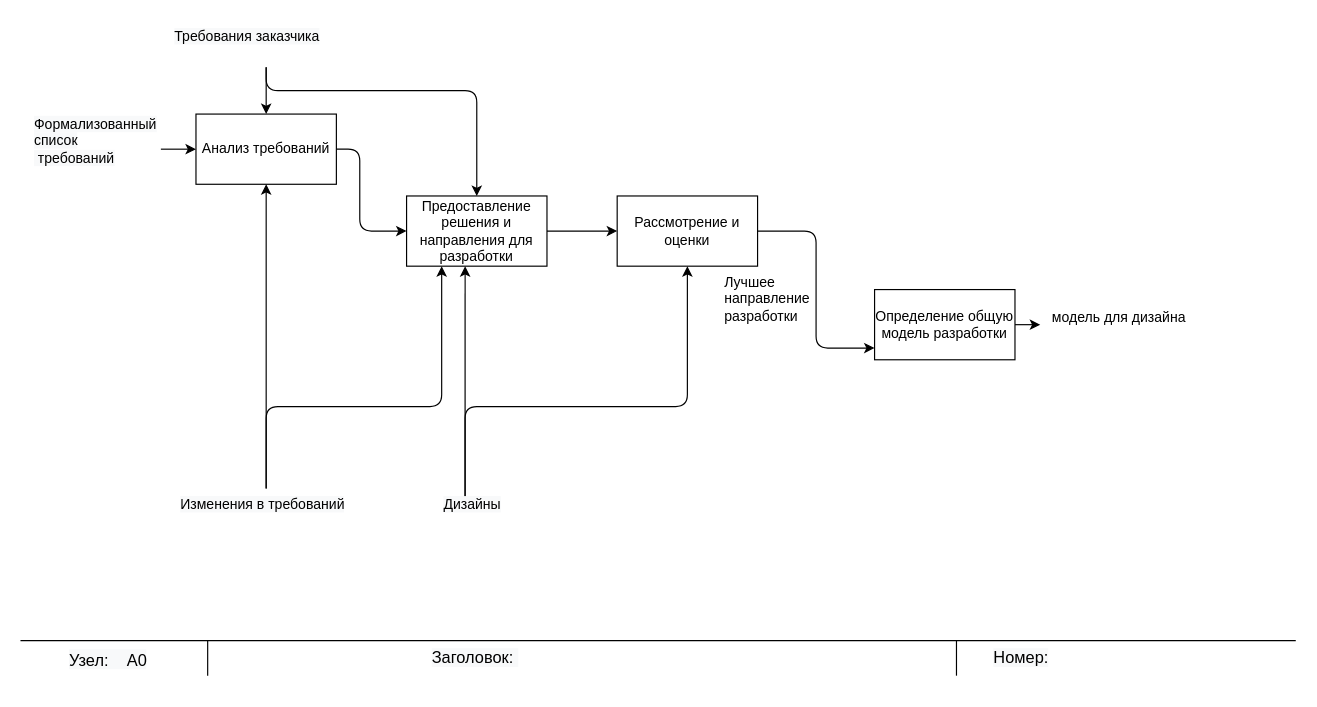
quyettranvu/Lab1_IDEF keeps this draw.io diagram as page "A1" (3 of 8) of Biểu đồ không có tiêu đề.drawio. Above is the earlier version. Source tidied: cells renumbered, new cells numbered last; positions are measured from the earlier drawing's top-left corner, leaving out a move shared by most shapes. Both pictures are drawn from the tidied source at 117%, with x=0, y=0 at pixel (20, 20).
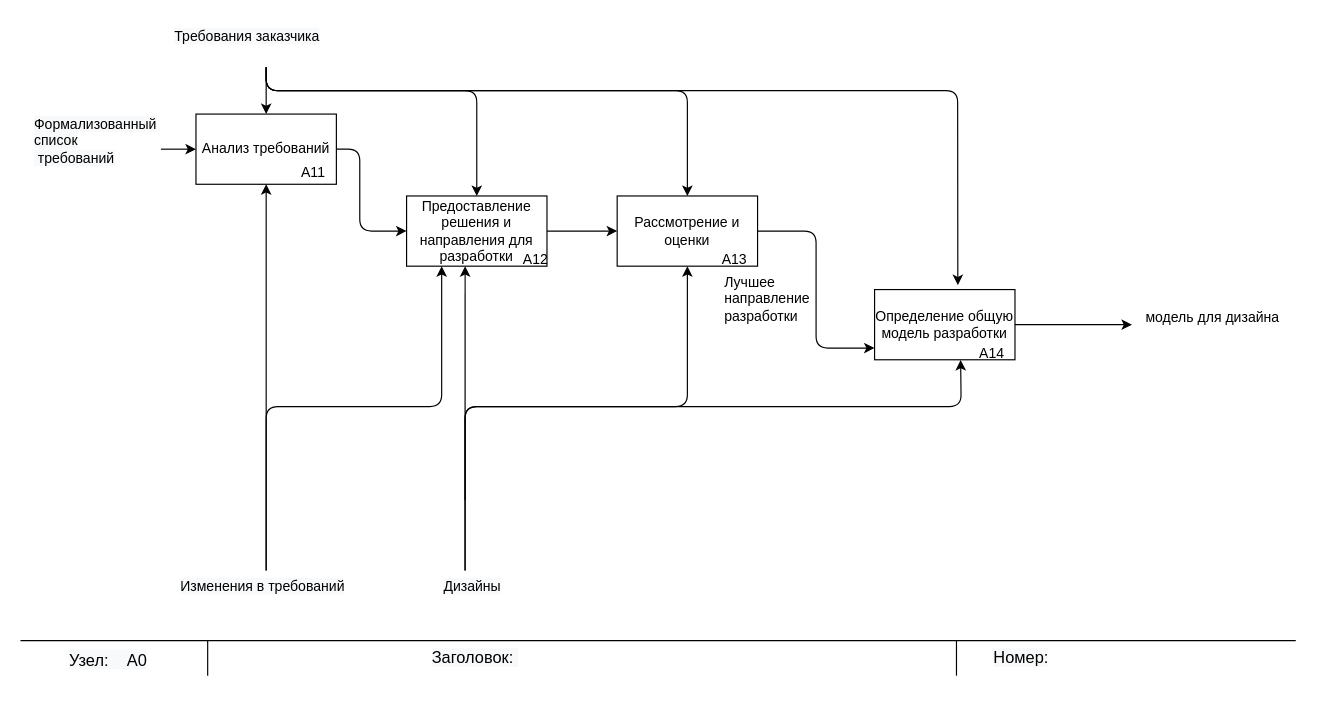
After the change.

Unchanged cells that the change refers to:
```xml
<mxCell id="4" value="Рассмотрение и оценки" style="rounded=0;whiteSpace=wrap;html=1;" parent="1" vertex="1">
  <mxGeometry x="510" y="150" width="120" height="60" as="geometry" />
</mxCell>
<mxCell id="5" value="Определение общую модель разработки" style="rounded=0;whiteSpace=wrap;html=1;" parent="1" vertex="1">
  <mxGeometry x="730" y="230" width="120" height="60" as="geometry" />
</mxCell>
```

What changed in the source:
```diff
@@
     <mxCell id="11" style="endArrow=classic;html=1;rounded=1;exitX=1;exitY=0.5;exitDx=0;exitDy=0;" parent="1" edge="1" source="5">
       <mxGeometry relative="1" as="geometry">
-        <mxPoint x="871.6" y="260" as="targetPoint" />
+        <mxPoint x="950" y="260" as="targetPoint" />
       </mxGeometry>
     </mxCell>
     <mxCell id="12" value="модель для дизайна" style="text;whiteSpace=wrap;html=1;" parent="1" vertex="1">
-      <mxGeometry x="880" y="240" width="150" height="40" as="geometry" />
+      <mxGeometry x="960" y="240" width="130" height="40" as="geometry" />
     </mxCell>
@@
-    <mxCell id="14" style="endArrow=classic;html=1;rounded=1;entryX=0.5;entryY=1;entryDx=0;entryDy=0;" parent="1" edge="1" target="4">
+    <mxCell id="14" style="endArrow=classic;html=1;rounded=1;entryX=0.5;entryY=1;entryDx=0;entryDy=0;exitX=0.25;exitY=0;exitDx=0;exitDy=0;" parent="1" edge="1" source="15" target="4">
       <mxGeometry relative="1" as="geometry">
-        <mxPoint x="380" y="410" as="sourcePoint" />
         <Array as="points">
           <mxPoint x="380" y="330" />
           <mxPoint x="570" y="330" />
         </Array>
       </mxGeometry>
     </mxCell>
     <mxCell id="15" value="&lt;span style=&quot;color: rgb(0, 0, 0); font-family: Helvetica; font-size: 12px; font-style: normal; font-variant-ligatures: normal; font-variant-caps: normal; font-weight: 400; letter-spacing: normal; orphans: 2; text-align: center; text-indent: 0px; text-transform: none; widows: 2; word-spacing: 0px; -webkit-text-stroke-width: 0px; background-color: rgb(248, 249, 250); text-decoration-thickness: initial; text-decoration-style: initial; text-decoration-color: initial; float: none; display: inline !important;&quot;&gt;Дизайны&lt;/span&gt;" style="text;whiteSpace=wrap;html=1;" parent="1" vertex="1">
-      <mxGeometry x="360" y="400" width="80" height="40" as="geometry" />
+      <mxGeometry x="360" y="470" width="80" height="40" as="geometry" />
     </mxCell>
@@
     <mxCell id="18" value="&lt;span style=&quot;color: rgb(0, 0, 0); font-family: Helvetica; font-style: normal; font-variant-ligatures: normal; font-variant-caps: normal; font-weight: 400; letter-spacing: normal; orphans: 2; text-align: center; text-indent: 0px; text-transform: none; widows: 2; word-spacing: 0px; -webkit-text-stroke-width: 0px; background-color: rgb(248, 249, 250); text-decoration-thickness: initial; text-decoration-style: initial; text-decoration-color: initial; float: none; display: inline !important;&quot;&gt;&lt;font style=&quot;font-size: 12px;&quot;&gt;Изменения в требований&lt;/font&gt;&lt;/span&gt;" style="text;whiteSpace=wrap;html=1;" parent="1" vertex="1">
-      <mxGeometry x="135" y="400" width="150" height="40" as="geometry" />
+      <mxGeometry x="135" y="470" width="150" height="40" as="geometry" />
     </mxCell>
@@
+    <mxCell id="29" value="A11" style="text;html=1;align=center;verticalAlign=middle;fillColor=none;strokeColor=none;rounded=0;" parent="1" vertex="1">
+      <mxGeometry x="230" y="115" width="40" height="30" as="geometry" />
+    </mxCell>
+    <mxCell id="30" value="A12" style="text;html=1;align=center;verticalAlign=middle;fillColor=none;strokeColor=none;rounded=0;" parent="1" vertex="1">
+      <mxGeometry x="420" y="190" width="40" height="30" as="geometry" />
+    </mxCell>
+    <mxCell id="31" value="A13" style="text;html=1;align=center;verticalAlign=middle;fillColor=none;strokeColor=none;rounded=0;" parent="1" vertex="1">
+      <mxGeometry x="590" y="190" width="40" height="30" as="geometry" />
+    </mxCell>
+    <mxCell id="32" value="A14" style="text;html=1;align=center;verticalAlign=middle;fillColor=none;strokeColor=none;rounded=0;" parent="1" vertex="1">
+      <mxGeometry x="810" y="270" width="40" height="30" as="geometry" />
+    </mxCell>
+    <mxCell id="33" style="endArrow=classic;html=1;rounded=1;entryX=0.5;entryY=0;entryDx=0;entryDy=0;" parent="1" edge="1" target="4">
+      <mxGeometry relative="1" as="geometry">
+        <mxPoint x="210" y="40" as="sourcePoint" />
+        <Array as="points">
+          <mxPoint x="210" y="60" />
+          <mxPoint x="570" y="60" />
+        </Array>
+      </mxGeometry>
+    </mxCell>
+    <mxCell id="34" style="endArrow=classic;html=1;rounded=1;entryX=0.593;entryY=-0.063;entryDx=0;entryDy=0;entryPerimeter=0;" parent="1" edge="1" target="5">
+      <mxGeometry relative="1" as="geometry">
+        <mxPoint x="210" y="40" as="sourcePoint" />
+        <Array as="points">
+          <mxPoint x="210" y="60" />
+          <mxPoint x="801" y="60" />
+        </Array>
+      </mxGeometry>
+    </mxCell>
+    <mxCell id="35" style="endArrow=classic;html=1;rounded=1;exitX=0.25;exitY=0;exitDx=0;exitDy=0;entryX=0.613;entryY=1.003;entryDx=0;entryDy=0;entryPerimeter=0;" parent="1" edge="1" source="15" target="5">
+      <mxGeometry relative="1" as="geometry">
+        <Array as="points">
+          <mxPoint x="380" y="330" />
+          <mxPoint x="804" y="330" />
+        </Array>
+      </mxGeometry>
+    </mxCell>
```
